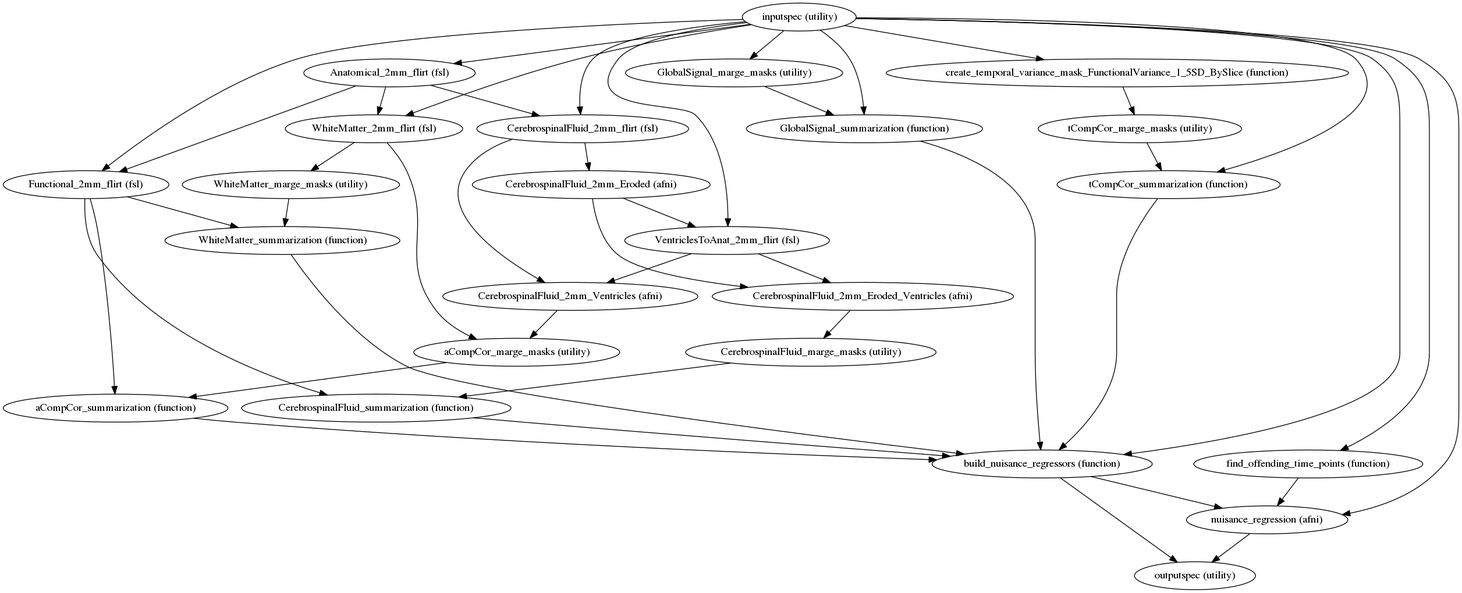
Above: docs/developer/workflows/images/nuisance.png in FCP-INDI/fcp-indi.github.io (Graphviz), before the change. Its source is kept beside it as docs/developer/workflows/images/nuisance.dot.
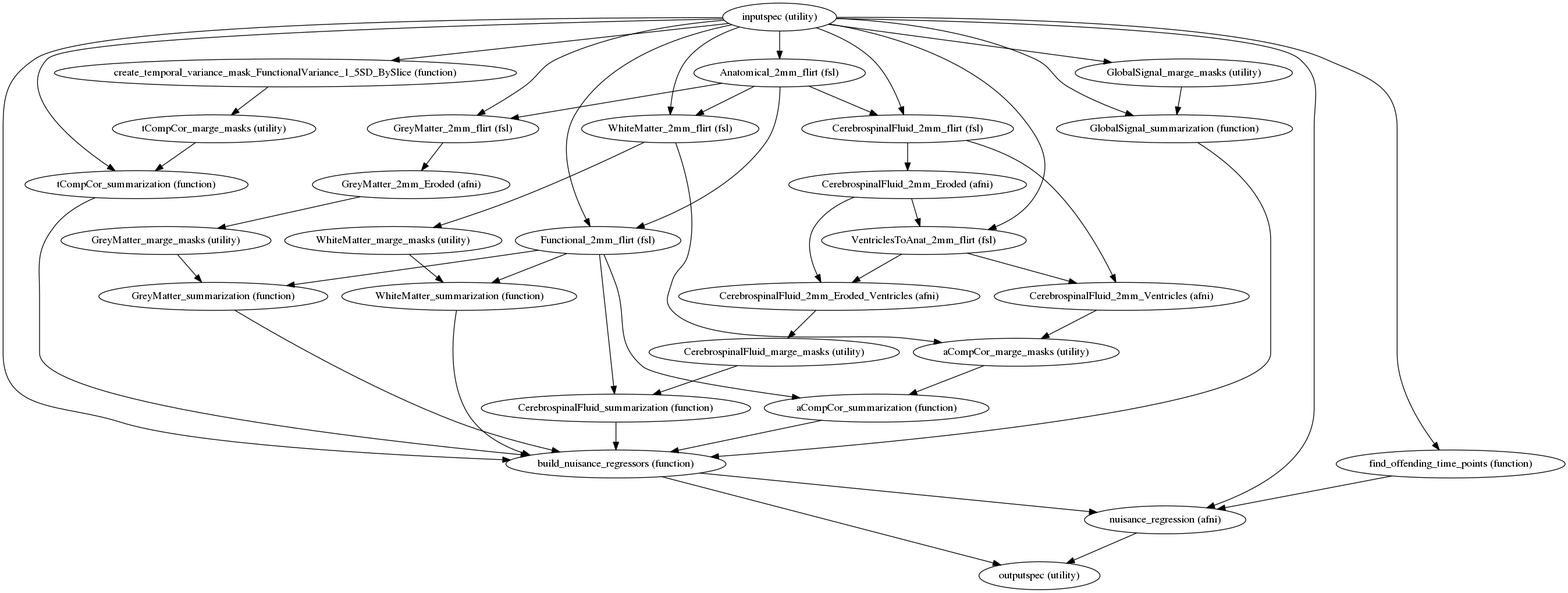
Later version of the same file.

Change to the diagram source:
```diff
@@ -1,18 +1,21 @@
 strict digraph "" {
+"aCompCor_summarization (function)";
 "tCompCor_summarization (function)";
 "CerebrospinalFluid_2mm_Eroded (afni)";
 "Anatomical_2mm_flirt (fsl)";
 "inputspec (utility)";
-"WhiteMatter_2mm_flirt (fsl)";
-"aCompCor_summarization (function)";
+"CerebrospinalFluid_2mm_Eroded_Ventricles (afni)";
 "build_nuisance_regressors (function)";
+"GreyMatter_2mm_flirt (fsl)";
+"GreyMatter_2mm_Eroded (afni)";
 "CerebrospinalFluid_2mm_flirt (fsl)";
 "aCompCor_marge_masks (utility)";
 "find_offending_time_points (function)";
-"CerebrospinalFluid_2mm_Eroded_Ventricles (afni)";
+"WhiteMatter_2mm_flirt (fsl)";
 "tCompCor_marge_masks (utility)";
 "GlobalSignal_summarization (function)";
 "WhiteMatter_marge_masks (utility)";
+"GreyMatter_marge_masks (utility)";
 "GlobalSignal_marge_masks (utility)";
 "WhiteMatter_summarization (function)";
 "VentriclesToAnat_2mm_flirt (fsl)";
@@ -23,11 +26,14 @@
 "create_temporal_variance_mask_FunctionalVariance_1_5SD_BySlice (function)";
 "Functional_2mm_flirt (fsl)";
 "CerebrospinalFluid_marge_masks (utility)";
+"GreyMatter_summarization (function)";
+"aCompCor_summarization (function)" -> "build_nuisance_regressors (function)";
 "tCompCor_summarization (function)" -> "build_nuisance_regressors (function)";
 "CerebrospinalFluid_2mm_Eroded (afni)" -> "CerebrospinalFluid_2mm_Eroded_Ventricles (afni)";
 "CerebrospinalFluid_2mm_Eroded (afni)" -> "VentriclesToAnat_2mm_flirt (fsl)";
 "Anatomical_2mm_flirt (fsl)" -> "Functional_2mm_flirt (fsl)";
 "Anatomical_2mm_flirt (fsl)" -> "CerebrospinalFluid_2mm_flirt (fsl)";
+"Anatomical_2mm_flirt (fsl)" -> "GreyMatter_2mm_flirt (fsl)";
 "Anatomical_2mm_flirt (fsl)" -> "WhiteMatter_2mm_flirt (fsl)";
 "inputspec (utility)" -> "tCompCor_summarization (function)";
 "inputspec (utility)" -> "nuisance_regression (afni)";
@@ -39,21 +45,24 @@
 "inputspec (utility)" -> "Functional_2mm_flirt (fsl)";
 "inputspec (utility)" -> "GlobalSignal_marge_masks (utility)";
 "inputspec (utility)" -> "build_nuisance_regressors (function)";
+"inputspec (utility)" -> "GreyMatter_2mm_flirt (fsl)";
 "inputspec (utility)" -> "VentriclesToAnat_2mm_flirt (fsl)";
 "inputspec (utility)" -> "CerebrospinalFluid_2mm_flirt (fsl)";
-"WhiteMatter_2mm_flirt (fsl)" -> "aCompCor_marge_masks (utility)";
-"WhiteMatter_2mm_flirt (fsl)" -> "WhiteMatter_marge_masks (utility)";
-"aCompCor_summarization (function)" -> "build_nuisance_regressors (function)";
+"CerebrospinalFluid_2mm_Eroded_Ventricles (afni)" -> "CerebrospinalFluid_marge_masks (utility)";
 "build_nuisance_regressors (function)" -> "nuisance_regression (afni)";
 "build_nuisance_regressors (function)" -> "outputspec (utility)";
+"GreyMatter_2mm_flirt (fsl)" -> "GreyMatter_2mm_Eroded (afni)";
+"GreyMatter_2mm_Eroded (afni)" -> "GreyMatter_marge_masks (utility)";
 "CerebrospinalFluid_2mm_flirt (fsl)" -> "CerebrospinalFluid_2mm_Eroded (afni)";
 "CerebrospinalFluid_2mm_flirt (fsl)" -> "CerebrospinalFluid_2mm_Ventricles (afni)";
 "aCompCor_marge_masks (utility)" -> "aCompCor_summarization (function)";
 "find_offending_time_points (function)" -> "nuisance_regression (afni)";
-"CerebrospinalFluid_2mm_Eroded_Ventricles (afni)" -> "CerebrospinalFluid_marge_masks (utility)";
+"WhiteMatter_2mm_flirt (fsl)" -> "aCompCor_marge_masks (utility)";
+"WhiteMatter_2mm_flirt (fsl)" -> "WhiteMatter_marge_masks (utility)";
 "tCompCor_marge_masks (utility)" -> "tCompCor_summarization (function)";
 "GlobalSignal_summarization (function)" -> "build_nuisance_regressors (function)";
 "WhiteMatter_marge_masks (utility)" -> "WhiteMatter_summarization (function)";
+"GreyMatter_marge_masks (utility)" -> "GreyMatter_summarization (function)";
 "GlobalSignal_marge_masks (utility)" -> "GlobalSignal_summarization (function)";
 "WhiteMatter_summarization (function)" -> "build_nuisance_regressors (function)";
 "VentriclesToAnat_2mm_flirt (fsl)" -> "CerebrospinalFluid_2mm_Ventricles (afni)";
@@ -63,7 +72,9 @@
 "CerebrospinalFluid_2mm_Ventricles (afni)" -> "aCompCor_marge_masks (utility)";
 "create_temporal_variance_mask_FunctionalVariance_1_5SD_BySlice (function)" -> "tCompCor_marge_masks (utility)";
 "Functional_2mm_flirt (fsl)" -> "aCompCor_summarization (function)";
+"Functional_2mm_flirt (fsl)" -> "GreyMatter_summarization (function)";
 "Functional_2mm_flirt (fsl)" -> "WhiteMatter_summarization (function)";
 "Functional_2mm_flirt (fsl)" -> "CerebrospinalFluid_summarization (function)";
 "CerebrospinalFluid_marge_masks (utility)" -> "CerebrospinalFluid_summarization (function)";
+"GreyMatter_summarization (function)" -> "build_nuisance_regressors (function)";
 }
```
